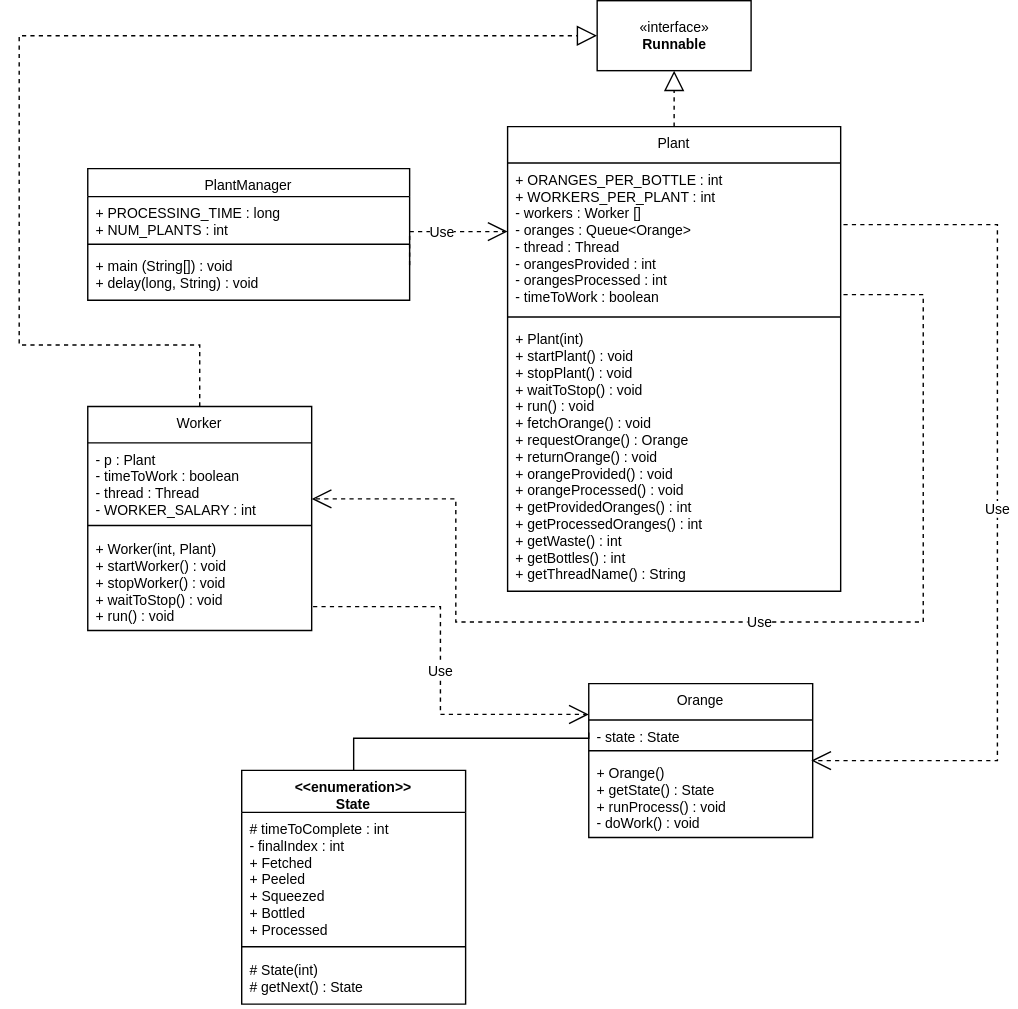
Before: Grosse_JuiceBottlerLab/UML_ClassDiagram.drawio.svg, a diagram exported from draw.io (jgrosse01/jgrosse-cs410). Source tidied: cells renumbered, new cells last; positions are measured from the earlier drawing's top-left corner, leaving out a move shared by most shapes.
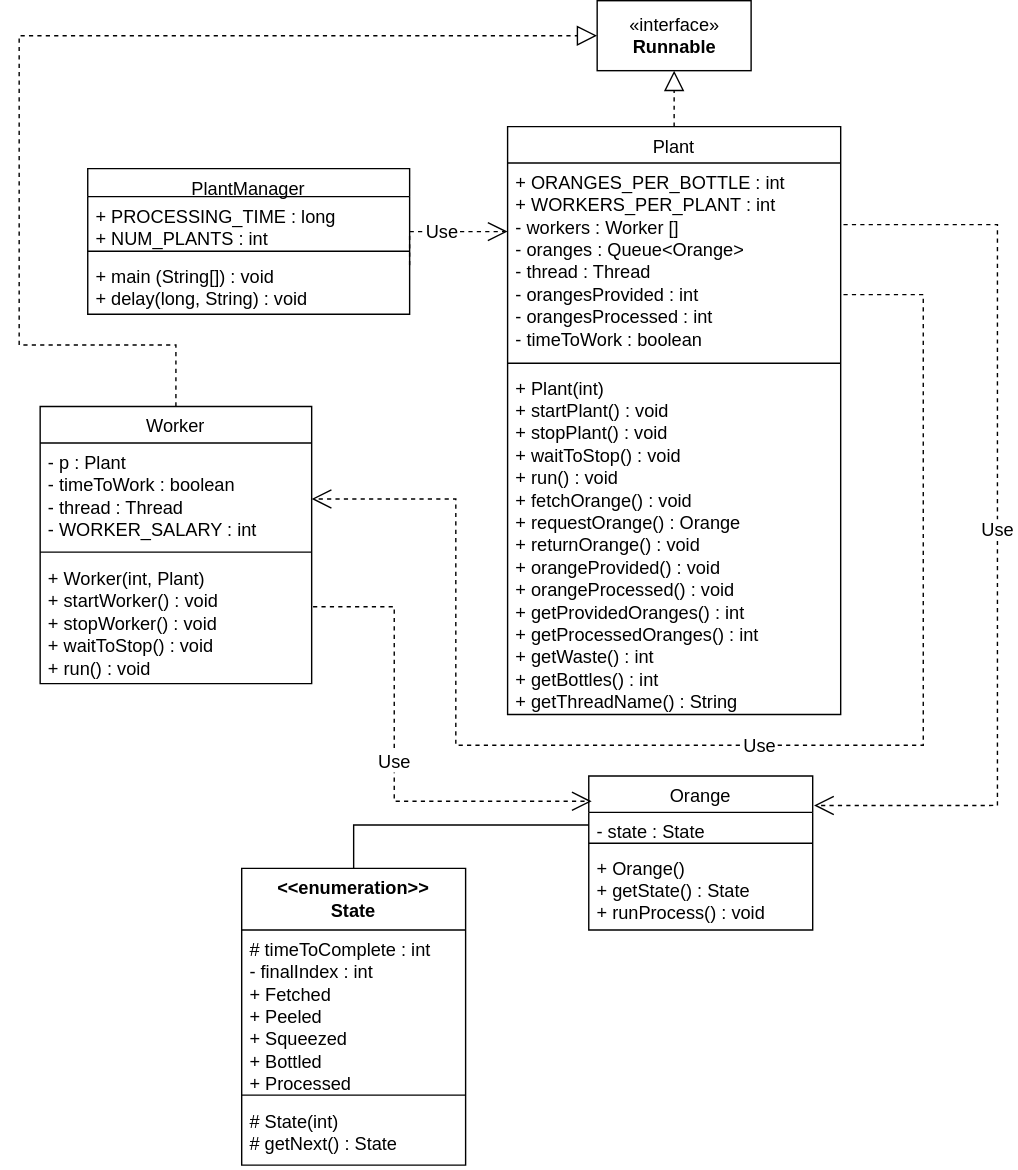
After the commit.

Commit message:
Resize Class Diagram

Diff of the diagram source:
```diff
@@ -2,66 +2,66 @@
   <root>
     <mxCell id="0" />
     <mxCell id="1" parent="0" />
-    <mxCell id="2" value="PlantManager" style="swimlane;fontStyle=0;align=center;verticalAlign=top;horizontal=1;startSize=20;rounded=0;shadow=0;strokeWidth=1;fontSize=10;" parent="1" vertex="1">
-      <mxGeometry x="49" y="120" width="230" height="94" as="geometry" />
+    <mxCell id="2" value="PlantManager" style="swimlane;fontStyle=0;align=center;verticalAlign=top;horizontal=1;startSize=20;rounded=0;shadow=0;strokeWidth=1;fontSize=13;" parent="1" vertex="1">
+      <mxGeometry x="49" y="120" width="230" height="104" as="geometry" />
     </mxCell>
-    <mxCell id="3" value="+ PROCESSING_TIME : long&#10;+ NUM_PLANTS : int&#10;" style="text;align=left;verticalAlign=top;spacingLeft=4;spacingRight=4;overflow=hidden;fontSize=10;" parent="2" vertex="1">
-      <mxGeometry y="20" width="230" height="30" as="geometry" />
+    <mxCell id="3" value="+ PROCESSING_TIME : long&#10;+ NUM_PLANTS : int&#10;" style="text;align=left;verticalAlign=top;spacingLeft=4;spacingRight=4;overflow=hidden;fontSize=13;" parent="2" vertex="1">
+      <mxGeometry y="20" width="230" height="35" as="geometry" />
     </mxCell>
-    <mxCell id="4" style="line;html=1;strokeWidth=1;align=left;verticalAlign=middle;spacingTop=-1;spacingLeft=3;spacingRight=3;labelPosition=right;fontSize=10;" parent="2" vertex="1">
-      <mxGeometry y="50" width="230" height="8" as="geometry" />
+    <mxCell id="4" style="line;html=1;strokeWidth=1;align=left;verticalAlign=middle;spacingTop=-1;spacingLeft=3;spacingRight=3;labelPosition=right;fontSize=13;" parent="2" vertex="1">
+      <mxGeometry y="55" width="230" height="8" as="geometry" />
     </mxCell>
-    <mxCell id="5" value="+ main (String[]) : void&#10;+ delay(long, String) : void&#10;" style="text;align=left;verticalAlign=top;spacingLeft=4;spacingRight=4;overflow=hidden;fontSize=10;" parent="2" vertex="1">
-      <mxGeometry y="58" width="230" height="32" as="geometry" />
+    <mxCell id="5" value="+ main (String[]) : void&#10;+ delay(long, String) : void&#10;" style="text;align=left;verticalAlign=top;spacingLeft=4;spacingRight=4;overflow=hidden;fontSize=13;" parent="2" vertex="1">
+      <mxGeometry y="63" width="230" height="36" as="geometry" />
     </mxCell>
-    <mxCell id="6" value="Orange" style="swimlane;fontStyle=0;align=center;verticalAlign=top;horizontal=1;startSize=26;rounded=0;shadow=0;strokeWidth=1;fontSize=10;" parent="1" vertex="1">
-      <mxGeometry x="407" y="488" width="160" height="110" as="geometry" />
+    <mxCell id="6" value="Orange" style="swimlane;fontStyle=0;align=center;verticalAlign=top;horizontal=1;startSize=26;rounded=0;shadow=0;strokeWidth=1;fontSize=13;" parent="1" vertex="1">
+      <mxGeometry x="407" y="554" width="160" height="110" as="geometry" />
     </mxCell>
-    <mxCell id="7" value="- state : State" style="text;align=left;verticalAlign=top;spacingLeft=4;spacingRight=4;overflow=hidden;points=[[0,0.5],[1,0.5]];portConstraint=eastwest;fontSize=10;" parent="6" vertex="1">
+    <mxCell id="7" value="- state : State" style="text;align=left;verticalAlign=top;spacingLeft=4;spacingRight=4;overflow=hidden;points=[[0,0.5],[1,0.5]];portConstraint=eastwest;fontSize=13;" parent="6" vertex="1">
       <mxGeometry y="26" width="160" height="18" as="geometry" />
     </mxCell>
-    <mxCell id="8" style="line;html=1;strokeWidth=1;align=left;verticalAlign=middle;spacingTop=-1;spacingLeft=3;spacingRight=3;labelPosition=right;fontSize=10;" parent="6" vertex="1">
+    <mxCell id="8" style="line;html=1;strokeWidth=1;align=left;verticalAlign=middle;spacingTop=-1;spacingLeft=3;spacingRight=3;labelPosition=right;fontSize=13;" parent="6" vertex="1">
       <mxGeometry y="44" width="160" height="8" as="geometry" />
     </mxCell>
-    <mxCell id="9" value="+ Orange()&#10;+ getState() : State&#10;+ runProcess() : void&#10;- doWork() : void&#10;" style="text;align=left;verticalAlign=top;spacingLeft=4;spacingRight=4;overflow=hidden;fontSize=10;" parent="6" vertex="1">
+    <mxCell id="9" value="+ Orange()&#10;+ getState() : State&#10;+ runProcess() : void&#10;- doWork() : void&#10;" style="text;align=left;verticalAlign=top;spacingLeft=4;spacingRight=4;overflow=hidden;fontSize=13;" parent="6" vertex="1">
       <mxGeometry y="52" width="160" height="50" as="geometry" />
     </mxCell>
-    <mxCell id="10" value="Worker" style="swimlane;fontStyle=0;align=center;verticalAlign=top;horizontal=1;startSize=26;rounded=0;shadow=0;strokeWidth=1;fontSize=10;" parent="1" vertex="1">
-      <mxGeometry x="49" y="290" width="160" height="160" as="geometry" />
+    <mxCell id="10" value="Worker" style="swimlane;fontStyle=0;align=center;verticalAlign=top;horizontal=1;startSize=26;rounded=0;shadow=0;strokeWidth=1;fontSize=13;" parent="1" vertex="1">
+      <mxGeometry x="15" y="290" width="194" height="198" as="geometry" />
     </mxCell>
-    <mxCell id="11" value="- p : Plant&#10;- timeToWork : boolean&#10;- thread : Thread&#10;- WORKER_SALARY : int &#10;" style="text;align=left;verticalAlign=top;spacingLeft=4;spacingRight=4;overflow=hidden;points=[[0,0.5],[1,0.5]];portConstraint=eastwest;fontSize=10;" parent="10" vertex="1">
-      <mxGeometry y="26" width="160" height="54" as="geometry" />
+    <mxCell id="11" value="- p : Plant&#10;- timeToWork : boolean&#10;- thread : Thread&#10;- WORKER_SALARY : int &#10;" style="text;align=left;verticalAlign=top;spacingLeft=4;spacingRight=4;overflow=hidden;points=[[0,0.5],[1,0.5]];portConstraint=eastwest;fontSize=13;" parent="10" vertex="1">
+      <mxGeometry y="26" width="194" height="73" as="geometry" />
     </mxCell>
-    <mxCell id="12" style="line;html=1;strokeWidth=1;align=left;verticalAlign=middle;spacingTop=-1;spacingLeft=3;spacingRight=3;labelPosition=right;fontSize=10;" parent="10" vertex="1">
-      <mxGeometry y="80" width="160" height="10" as="geometry" />
+    <mxCell id="12" style="line;html=1;strokeWidth=1;align=left;verticalAlign=middle;spacingTop=-1;spacingLeft=3;spacingRight=3;labelPosition=right;fontSize=13;" parent="10" vertex="1">
+      <mxGeometry y="99" width="194" height="10" as="geometry" />
     </mxCell>
-    <mxCell id="13" value="+ Worker(int, Plant)&#10;+ startWorker() : void&#10;+ stopWorker() : void&#10;+ waitToStop() : void&#10;+ run() : void&#10;" style="text;align=left;verticalAlign=top;spacingLeft=4;spacingRight=4;overflow=hidden;fontSize=10;" parent="10" vertex="1">
-      <mxGeometry y="90" width="160" height="64" as="geometry" />
+    <mxCell id="13" value="+ Worker(int, Plant)&#10;+ startWorker() : void&#10;+ stopWorker() : void&#10;+ waitToStop() : void&#10;+ run() : void&#10;" style="text;align=left;verticalAlign=top;spacingLeft=4;spacingRight=4;overflow=hidden;fontSize=13;" parent="10" vertex="1">
+      <mxGeometry y="109" width="194" height="89" as="geometry" />
     </mxCell>
-    <mxCell id="14" value="Plant" style="swimlane;fontStyle=0;align=center;verticalAlign=top;horizontal=1;startSize=26;rounded=0;shadow=0;strokeWidth=1;fontSize=10;" parent="1" vertex="1">
-      <mxGeometry x="349" y="90" width="238" height="332" as="geometry" />
+    <mxCell id="14" value="Plant" style="swimlane;fontStyle=0;align=center;verticalAlign=top;horizontal=1;startSize=26;rounded=0;shadow=0;strokeWidth=1;fontSize=13;" parent="1" vertex="1">
+      <mxGeometry x="349" y="90" width="238" height="420" as="geometry" />
     </mxCell>
-    <mxCell id="15" value="+ ORANGES_PER_BOTTLE : int&#10;+ WORKERS_PER_PLANT : int&#10;- workers : Worker []&#10;- oranges : Queue&lt;Orange&gt;&#10;- thread : Thread&#10;- orangesProvided : int&#10;- orangesProcessed : int&#10;- timeToWork : boolean&#10;" style="text;align=left;verticalAlign=top;spacingLeft=4;spacingRight=4;overflow=hidden;fontSize=10;" parent="14" vertex="1">
-      <mxGeometry y="26" width="238" height="106" as="geometry" />
+    <mxCell id="15" value="+ ORANGES_PER_BOTTLE : int&#10;+ WORKERS_PER_PLANT : int&#10;- workers : Worker []&#10;- oranges : Queue&lt;Orange&gt;&#10;- thread : Thread&#10;- orangesProvided : int&#10;- orangesProcessed : int&#10;- timeToWork : boolean&#10;" style="text;align=left;verticalAlign=top;spacingLeft=4;spacingRight=4;overflow=hidden;fontSize=13;" parent="14" vertex="1">
+      <mxGeometry y="26" width="238" height="139" as="geometry" />
     </mxCell>
-    <mxCell id="16" style="line;html=1;strokeWidth=1;align=left;verticalAlign=middle;spacingTop=-1;spacingLeft=3;spacingRight=3;labelPosition=right;fontSize=10;" parent="14" vertex="1">
-      <mxGeometry y="132" width="238" height="8" as="geometry" />
+    <mxCell id="16" style="line;html=1;strokeWidth=1;align=left;verticalAlign=middle;spacingTop=-1;spacingLeft=3;spacingRight=3;labelPosition=right;fontSize=13;" parent="14" vertex="1">
+      <mxGeometry y="165" width="238" height="8" as="geometry" />
     </mxCell>
-    <mxCell id="17" value="+ Plant(int)&#10;+ startPlant() : void&#10;+ stopPlant() : void&#10;+ waitToStop() : void&#10;+ run() : void&#10;+ fetchOrange() : void&#10;+ requestOrange() : Orange&#10;+ returnOrange() : void&#10;+ orangeProvided() : void&#10;+ orangeProcessed() : void&#10;+ getProvidedOranges() : int&#10;+ getProcessedOranges() : int&#10;+ getWaste() : int&#10;+ getBottles() : int&#10;+ getThreadName() : String&#10;" style="text;align=left;verticalAlign=top;spacingLeft=4;spacingRight=4;overflow=hidden;fontSize=10;" parent="14" vertex="1">
-      <mxGeometry y="140" width="238" height="191" as="geometry" />
+    <mxCell id="17" value="+ Plant(int)&#10;+ startPlant() : void&#10;+ stopPlant() : void&#10;+ waitToStop() : void&#10;+ run() : void&#10;+ fetchOrange() : void&#10;+ requestOrange() : Orange&#10;+ returnOrange() : void&#10;+ orangeProvided() : void&#10;+ orangeProcessed() : void&#10;+ getProvidedOranges() : int&#10;+ getProcessedOranges() : int&#10;+ getWaste() : int&#10;+ getBottles() : int&#10;+ getThreadName() : String&#10;" style="text;align=left;verticalAlign=top;spacingLeft=4;spacingRight=4;overflow=hidden;fontSize=13;" parent="14" vertex="1">
+      <mxGeometry y="173" width="238" height="245" as="geometry" />
     </mxCell>
-    <mxCell id="18" value="Use" style="endArrow=open;endSize=12;dashed=1;html=1;rounded=0;edgeStyle=orthogonalEdgeStyle;fontSize=10;" parent="1" edge="1" target="11">
+    <mxCell id="18" value="Use" style="endArrow=open;endSize=12;dashed=1;html=1;rounded=0;edgeStyle=orthogonalEdgeStyle;fontSize=13;" parent="1" edge="1" target="11">
       <mxGeometry relative="1" as="geometry">
         <mxPoint x="589" y="210" as="sourcePoint" />
         <Array as="points">
           <mxPoint x="646" y="210" />
-          <mxPoint x="646" y="444" />
-          <mxPoint x="312" y="444" />
+          <mxPoint x="646" y="532" />
+          <mxPoint x="312" y="532" />
           <mxPoint x="312" y="356" />
         </Array>
       </mxGeometry>
     </mxCell>
-    <mxCell id="19" value="Use" style="endArrow=open;endSize=12;dashed=1;html=1;rounded=0;edgeStyle=orthogonalEdgeStyle;fontSize=10;" parent="1" edge="1">
+    <mxCell id="19" value="Use" style="endArrow=open;endSize=12;dashed=1;html=1;rounded=0;edgeStyle=orthogonalEdgeStyle;fontSize=13;" parent="1" edge="1">
       <mxGeometry relative="1" as="geometry">
         <mxPoint x="279" y="189" as="sourcePoint" />
         <mxPoint x="349" y="165" as="targetPoint" />
@@ -70,61 +70,57 @@
         </Array>
       </mxGeometry>
     </mxCell>
-    <mxCell id="20" value="Use" style="endArrow=open;endSize=12;dashed=1;html=1;rounded=0;edgeStyle=orthogonalEdgeStyle;fontSize=10;" parent="1" edge="1">
+    <mxCell id="20" value="Use" style="endArrow=open;endSize=12;dashed=1;html=1;rounded=0;edgeStyle=orthogonalEdgeStyle;fontSize=13;entryX=1.006;entryY=0.191;entryDx=0;entryDy=0;entryPerimeter=0;" parent="1" edge="1" target="6">
       <mxGeometry relative="1" as="geometry">
         <mxPoint x="589" y="160" as="sourcePoint" />
-        <mxPoint x="566" y="543" as="targetPoint" />
         <Array as="points">
           <mxPoint x="699" y="160" />
-          <mxPoint x="699" y="543" />
-          <mxPoint x="566" y="543" />
+          <mxPoint x="699" y="575" />
         </Array>
       </mxGeometry>
     </mxCell>
-    <mxCell id="21" value="Use" style="endArrow=open;endSize=12;dashed=1;html=1;rounded=0;edgeStyle=orthogonalEdgeStyle;fontSize=10;" parent="1" edge="1">
+    <mxCell id="21" value="Use" style="endArrow=open;endSize=12;dashed=1;html=1;rounded=0;edgeStyle=orthogonalEdgeStyle;fontSize=13;entryX=0.013;entryY=0.164;entryDx=0;entryDy=0;entryPerimeter=0;" parent="1" edge="1" target="6">
       <mxGeometry relative="1" as="geometry">
         <mxPoint x="210" y="433" as="sourcePoint" />
-        <mxPoint x="407" y="510" as="targetPoint" />
         <Array as="points">
-          <mxPoint x="301" y="433" />
-          <mxPoint x="301" y="510" />
-          <mxPoint x="407" y="510" />
+          <mxPoint x="268" y="433" />
+          <mxPoint x="268" y="572" />
         </Array>
       </mxGeometry>
     </mxCell>
-    <mxCell id="22" style="endArrow=none;html=1;edgeStyle=orthogonalEdgeStyle;rounded=0;fontSize=10;entryX=0;entryY=0.5;entryDx=0;entryDy=0;exitX=0.5;exitY=0;exitDx=0;exitDy=0;" parent="1" edge="1" source="26" target="7">
+    <mxCell id="22" style="endArrow=none;html=1;edgeStyle=orthogonalEdgeStyle;rounded=0;fontSize=13;entryX=0;entryY=0.5;entryDx=0;entryDy=0;exitX=0.5;exitY=0;exitDx=0;exitDy=0;" parent="1" edge="1" source="26" target="7">
       <mxGeometry relative="1" as="geometry">
         <Array as="points">
-          <mxPoint x="239" y="527" />
+          <mxPoint x="239" y="589" />
         </Array>
       </mxGeometry>
     </mxCell>
-    <mxCell id="23" value="«interface»&lt;br style=&quot;font-size: 10px;&quot;&gt;&lt;b style=&quot;font-size: 10px;&quot;&gt;Runnable&lt;/b&gt;" style="html=1;fontSize=10;" parent="1" vertex="1">
+    <mxCell id="23" value="«interface»&lt;br style=&quot;font-size: 13px;&quot;&gt;&lt;b style=&quot;font-size: 13px;&quot;&gt;Runnable&lt;/b&gt;" style="html=1;fontSize=13;" parent="1" vertex="1">
       <mxGeometry x="413" width="110" height="50" as="geometry" />
     </mxCell>
-    <mxCell id="24" style="endArrow=block;dashed=1;endFill=0;endSize=12;html=1;rounded=0;edgeStyle=orthogonalEdgeStyle;exitX=0.5;exitY=0;exitDx=0;exitDy=0;entryX=0.5;entryY=1;entryDx=0;entryDy=0;fontSize=10;" parent="1" edge="1" source="14" target="23">
+    <mxCell id="24" style="endArrow=block;dashed=1;endFill=0;endSize=12;html=1;rounded=0;edgeStyle=orthogonalEdgeStyle;exitX=0.5;exitY=0;exitDx=0;exitDy=0;entryX=0.5;entryY=1;entryDx=0;entryDy=0;fontSize=13;" parent="1" edge="1" source="14" target="23">
       <mxGeometry relative="1" as="geometry" />
     </mxCell>
-    <mxCell id="25" style="endArrow=block;dashed=1;endFill=0;endSize=12;html=1;rounded=0;edgeStyle=orthogonalEdgeStyle;exitX=0.5;exitY=0;exitDx=0;exitDy=0;fontSize=10;entryX=0;entryY=0.5;entryDx=0;entryDy=0;" parent="1" edge="1" source="10" target="23">
+    <mxCell id="25" style="endArrow=block;dashed=1;endFill=0;endSize=12;html=1;rounded=0;edgeStyle=orthogonalEdgeStyle;exitX=0.5;exitY=0;exitDx=0;exitDy=0;fontSize=13;entryX=0;entryY=0.5;entryDx=0;entryDy=0;" parent="1" edge="1" source="10" target="23">
       <mxGeometry relative="1" as="geometry">
         <Array as="points">
-          <mxPoint x="129" y="246" />
+          <mxPoint x="112" y="246" />
           <mxPoint y="246" />
           <mxPoint y="25" />
         </Array>
       </mxGeometry>
     </mxCell>
-    <mxCell id="26" value="&lt;&lt;enumeration&gt;&gt;&#10;State&#10;" style="swimlane;fontStyle=1;align=center;verticalAlign=top;horizontal=1;startSize=30;fontSize=10;" parent="1" vertex="1">
-      <mxGeometry x="159" y="550" width="160" height="167" as="geometry" />
+    <mxCell id="26" value="&lt;&lt;enumeration&gt;&gt;&#10;State&#10;" style="swimlane;fontStyle=1;align=center;verticalAlign=top;horizontal=1;startSize=44;fontSize=13;" parent="1" vertex="1">
+      <mxGeometry x="159" y="620" width="160" height="212" as="geometry" />
     </mxCell>
-    <mxCell id="27" value="# timeToComplete : int&#10;- finalIndex : int&#10;+ Fetched&#10;+ Peeled&#10;+ Squeezed&#10;+ Bottled&#10;+ Processed&#10;&#10;&#10;&#10;" style="text;strokeColor=none;fillColor=none;align=left;verticalAlign=top;spacingLeft=4;spacingRight=4;overflow=hidden;fontSize=10;" parent="26" vertex="1">
-      <mxGeometry y="30" width="160" height="91" as="geometry" />
+    <mxCell id="27" value="# timeToComplete : int&#10;- finalIndex : int&#10;+ Fetched&#10;+ Peeled&#10;+ Squeezed&#10;+ Bottled&#10;+ Processed&#10;&#10;&#10;&#10;" style="text;strokeColor=none;fillColor=none;align=left;verticalAlign=top;spacingLeft=4;spacingRight=4;overflow=hidden;fontSize=13;" parent="26" vertex="1">
+      <mxGeometry y="44" width="160" height="113" as="geometry" />
     </mxCell>
-    <mxCell id="28" style="line;strokeWidth=1;fillColor=none;align=left;verticalAlign=middle;spacingTop=-1;spacingLeft=3;spacingRight=3;labelPosition=right;fontSize=10;" parent="26" vertex="1">
-      <mxGeometry y="121" width="160" height="10" as="geometry" />
+    <mxCell id="28" style="line;strokeWidth=1;fillColor=none;align=left;verticalAlign=middle;spacingTop=-1;spacingLeft=3;spacingRight=3;labelPosition=right;fontSize=13;" parent="26" vertex="1">
+      <mxGeometry y="157" width="160" height="10" as="geometry" />
     </mxCell>
-    <mxCell id="29" value="# State(int)&#10;# getNext() : State&#10;" style="text;strokeColor=none;fillColor=none;align=left;verticalAlign=top;spacingLeft=4;spacingRight=4;overflow=hidden;fontSize=10;" parent="26" vertex="1">
-      <mxGeometry y="131" width="160" height="36" as="geometry" />
+    <mxCell id="29" value="# State(int)&#10;# getNext() : State&#10;" style="text;strokeColor=none;fillColor=none;align=left;verticalAlign=top;spacingLeft=4;spacingRight=4;overflow=hidden;fontSize=13;" parent="26" vertex="1">
+      <mxGeometry y="167" width="160" height="45" as="geometry" />
     </mxCell>
   </root>
 </mxGraphModel>
```
